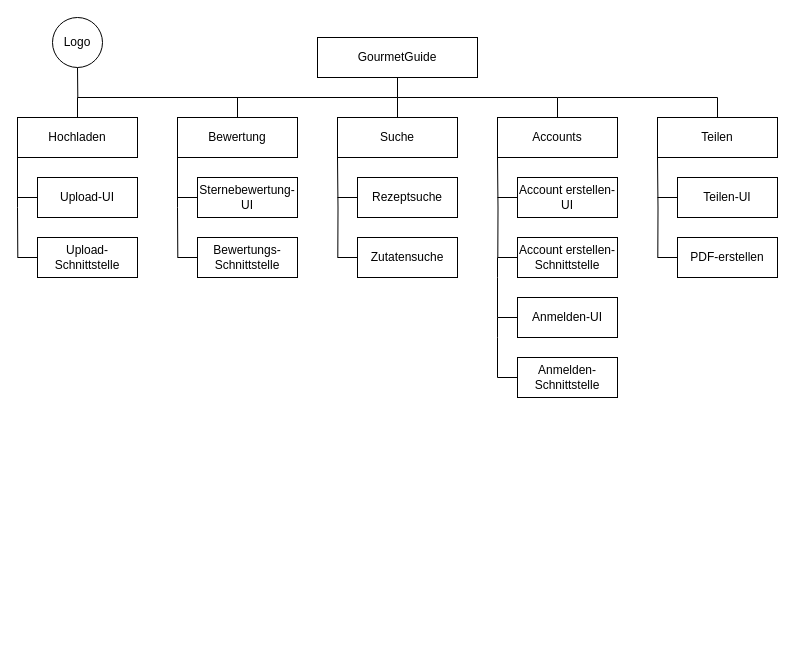
Software-Engineering-I-HWR/GourmetGuide keeps this draw.io diagram as Produktstrukturplan.drawio. Above is the earlier version. Source tidied: cells renumbered, new cells numbered last; positions are measured from the earlier drawing's top-left corner, leaving out a move shared by most shapes. Both pictures are drawn from the tidied source at 100%, with x=0, y=0 at pixel (17, 17).
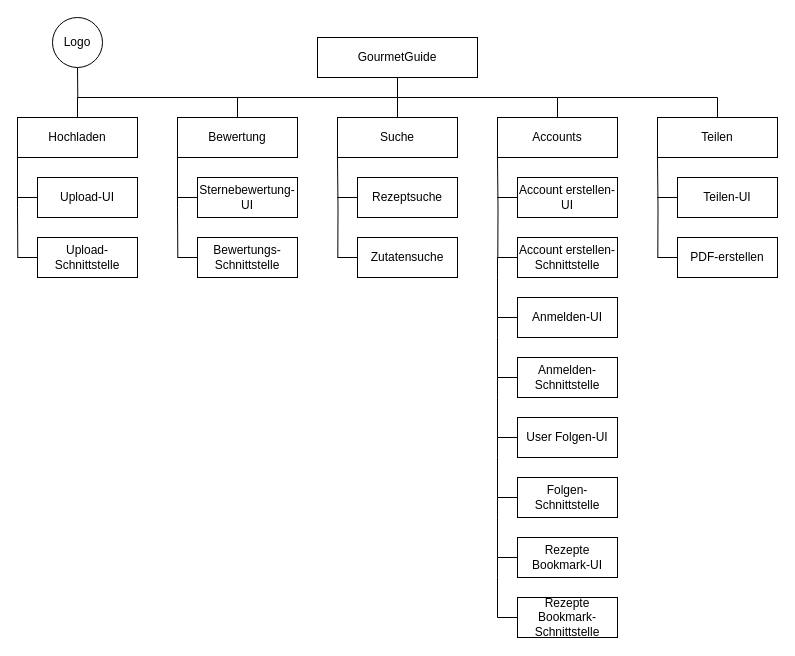
Above is the later version.

Change to the diagram source:
```diff
@@
+    <mxCell id="44" style="edgeStyle=orthogonalEdgeStyle;rounded=0;jettySize=auto;html=1;exitX=0;exitY=0.5;exitDx=0;exitDy=0;endArrow=none;endFill=0;" parent="1" edge="1" source="45">
+      <mxGeometry relative="1" as="geometry">
+        <mxPoint x="480" y="360" as="targetPoint" />
+      </mxGeometry>
+    </mxCell>
+    <mxCell id="45" value="User Folgen-UI" style="rounded=0;whiteSpace=wrap;html=1;" parent="1" vertex="1">
+      <mxGeometry x="500" y="400" width="100" height="40" as="geometry" />
+    </mxCell>
+    <mxCell id="46" style="edgeStyle=orthogonalEdgeStyle;rounded=0;jettySize=auto;html=1;exitX=0;exitY=0.5;exitDx=0;exitDy=0;endArrow=none;endFill=0;" parent="1" edge="1" source="47">
+      <mxGeometry relative="1" as="geometry">
+        <mxPoint x="480" y="420" as="targetPoint" />
+      </mxGeometry>
+    </mxCell>
+    <mxCell id="47" value="Folgen- Schnittstelle" style="rounded=0;whiteSpace=wrap;html=1;" parent="1" vertex="1">
+      <mxGeometry x="500" y="460" width="100" height="40" as="geometry" />
+    </mxCell>
+    <mxCell id="48" style="edgeStyle=orthogonalEdgeStyle;rounded=0;jettySize=auto;html=1;exitX=0;exitY=0.5;exitDx=0;exitDy=0;endArrow=none;endFill=0;" parent="1" edge="1" source="49">
+      <mxGeometry relative="1" as="geometry">
+        <mxPoint x="480" y="480" as="targetPoint" />
+      </mxGeometry>
+    </mxCell>
+    <mxCell id="49" value="Rezepte Bookmark-UI" style="rounded=0;whiteSpace=wrap;html=1;" parent="1" vertex="1">
+      <mxGeometry x="500" y="520" width="100" height="40" as="geometry" />
+    </mxCell>
+    <mxCell id="50" style="edgeStyle=orthogonalEdgeStyle;rounded=0;jettySize=auto;html=1;exitX=0;exitY=0.5;exitDx=0;exitDy=0;endArrow=none;endFill=0;" parent="1" edge="1" source="51">
+      <mxGeometry relative="1" as="geometry">
+        <mxPoint x="480" y="540" as="targetPoint" />
+      </mxGeometry>
+    </mxCell>
+    <mxCell id="51" value="Rezepte Bookmark-Schnittstelle" style="rounded=0;whiteSpace=wrap;html=1;" parent="1" vertex="1">
+      <mxGeometry x="500" y="580" width="100" height="40" as="geometry" />
+    </mxCell>
```
